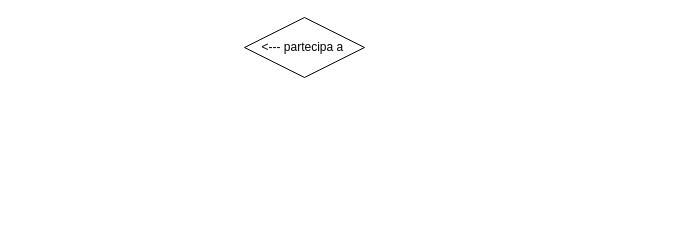
Above: src/assets/DB01.drawio in wbigger/book-cs-5y-2021 (draw.io), before the change. Source tidied: cells renumbered, new cells numbered last; positions are measured from the earlier drawing's top-left corner, leaving out a move shared by most shapes. Both pictures are drawn from the tidied source at 100%, with x=0, y=0 at pixel (244, 17).
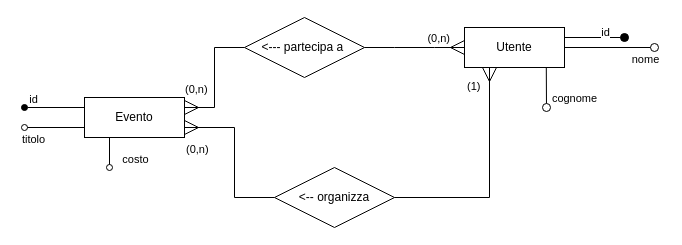
The same diagram, later.

Unchanged cells that the change refers to:
```xml
<mxCell id="2" value="&amp;lt;--- partecipa a&amp;nbsp;" style="shape=rhombus;perimeter=rhombusPerimeter;whiteSpace=wrap;html=1;align=center;" parent="1" vertex="1">
  <mxGeometry width="120" height="60" as="geometry" />
</mxCell>
```

What changed in the source:
```diff
@@
+    <mxCell id="3" value="Evento" style="whiteSpace=wrap;html=1;align=center;" parent="1" vertex="1">
+      <mxGeometry x="-160" y="80" width="100" height="40" as="geometry" />
+    </mxCell>
+    <mxCell id="4" value="Utente" style="whiteSpace=wrap;html=1;align=center;" parent="1" vertex="1">
+      <mxGeometry x="220" y="10" width="100" height="40" as="geometry" />
+    </mxCell>
@@
+    <mxCell id="5" style="edgeStyle=entityRelationEdgeStyle;fontSize=12;html=1;endArrow=ERmany;rounded=0;exitX=1;exitY=0.5;exitDx=0;exitDy=0;entryX=0;entryY=0.5;entryDx=0;entryDy=0;strokeWidth=1;endSize=12;" parent="1" edge="1" source="2" target="4">
+      <mxGeometry relative="1" as="geometry" />
+    </mxCell>
+    <mxCell id="6" value="(0,n)" style="edgeLabel;html=1;align=right;verticalAlign=bottom;" parent="5" vertex="1">
+      <mxGeometry x="0.71" y="1" relative="1" as="geometry" />
+    </mxCell>
+    <mxCell id="7" style="fontSize=12;html=1;endArrow=ERmany;rounded=0;exitX=0;exitY=0.5;exitDx=0;exitDy=0;endSize=12;edgeStyle=orthogonalEdgeStyle;" parent="1" edge="1" source="2">
+      <mxGeometry relative="1" as="geometry">
+        <mxPoint x="-60" y="90" as="targetPoint" />
+        <Array as="points">
+          <mxPoint x="-30" y="30" />
+          <mxPoint x="-30" y="90" />
+        </Array>
+      </mxGeometry>
+    </mxCell>
+    <mxCell id="8" value="(0,n)" style="edgeLabel;html=1;align=left;verticalAlign=bottom;" parent="7" vertex="1">
+      <mxGeometry x="0.75" y="1" relative="1" as="geometry">
+        <mxPoint x="-16" y="-11" as="offset" />
+      </mxGeometry>
+    </mxCell>
+    <mxCell id="9" style="endArrow=none;html=1;rounded=0;endSize=8;strokeWidth=1;entryX=0;entryY=0.25;entryDx=0;entryDy=0;startArrow=oval;startFill=1;" parent="1" edge="1" target="3">
+      <mxGeometry relative="1" as="geometry">
+        <mxPoint x="-220" y="90" as="sourcePoint" />
+      </mxGeometry>
+    </mxCell>
+    <mxCell id="10" value="id" style="edgeLabel;html=1;align=center;verticalAlign=bottom;" parent="9" vertex="1">
+      <mxGeometry x="-0.72" relative="1" as="geometry" />
+    </mxCell>
+    <mxCell id="11" style="endArrow=oval;html=1;rounded=0;endSize=8;strokeWidth=1;exitX=1;exitY=0.25;exitDx=0;exitDy=0;endFill=1;" parent="1" edge="1" source="4">
+      <mxGeometry relative="1" as="geometry">
+        <mxPoint x="380" y="20" as="targetPoint" />
+      </mxGeometry>
+    </mxCell>
+    <mxCell id="12" value="id" style="edgeLabel;html=1;align=center;verticalAlign=bottom;" parent="11" vertex="1">
+      <mxGeometry x="0.33" y="-3" relative="1" as="geometry" />
+    </mxCell>
+    <mxCell id="13" style="endArrow=none;html=1;rounded=0;endSize=8;strokeWidth=1;entryX=0;entryY=0.75;entryDx=0;entryDy=0;startArrow=oval;startFill=0;" parent="1" edge="1" target="3">
+      <mxGeometry relative="1" as="geometry">
+        <mxPoint x="-220" y="110" as="sourcePoint" />
+      </mxGeometry>
+    </mxCell>
+    <mxCell id="14" value="titolo" style="edgeLabel;html=1;align=center;verticalAlign=bottom;" parent="13" vertex="1">
+      <mxGeometry x="-0.72" relative="1" as="geometry">
+        <mxPoint y="20" as="offset" />
+      </mxGeometry>
+    </mxCell>
+    <mxCell id="15" style="endArrow=none;html=1;rounded=0;endSize=8;strokeWidth=1;entryX=0.25;entryY=1;entryDx=0;entryDy=0;startArrow=oval;startFill=0;" parent="1" edge="1" target="3">
+      <mxGeometry relative="1" as="geometry">
+        <mxPoint x="-135" y="150" as="sourcePoint" />
+      </mxGeometry>
+    </mxCell>
+    <mxCell id="16" value="costo" style="edgeLabel;html=1;align=center;verticalAlign=bottom;" parent="15" vertex="1">
+      <mxGeometry x="-0.72" relative="1" as="geometry">
+        <mxPoint x="25" y="4" as="offset" />
+      </mxGeometry>
+    </mxCell>
+    <mxCell id="17" style="endArrow=oval;html=1;rounded=0;endSize=8;strokeWidth=1;exitX=1;exitY=0.5;exitDx=0;exitDy=0;endFill=0;" parent="1" edge="1" source="4">
+      <mxGeometry relative="1" as="geometry">
+        <mxPoint x="410" y="30" as="targetPoint" />
+      </mxGeometry>
+    </mxCell>
+    <mxCell id="18" value="nome" style="edgeLabel;html=1;align=center;verticalAlign=bottom;" parent="17" vertex="1">
+      <mxGeometry x="0.33" y="-3" relative="1" as="geometry">
+        <mxPoint x="20" y="17" as="offset" />
+      </mxGeometry>
+    </mxCell>
+    <mxCell id="19" style="endArrow=oval;html=1;rounded=0;endSize=8;strokeWidth=1;exitX=0.818;exitY=1.009;exitDx=0;exitDy=0;endFill=0;exitPerimeter=0;" parent="1" edge="1" source="4">
+      <mxGeometry relative="1" as="geometry">
+        <mxPoint x="302" y="90" as="targetPoint" />
+      </mxGeometry>
+    </mxCell>
+    <mxCell id="20" value="cognome" style="edgeLabel;html=1;align=center;verticalAlign=bottom;" parent="19" vertex="1">
+      <mxGeometry x="0.33" y="-3" relative="1" as="geometry">
+        <mxPoint x="31" y="13" as="offset" />
+      </mxGeometry>
+    </mxCell>
+    <mxCell id="21" value="&amp;lt;-- organizza" style="shape=rhombus;perimeter=rhombusPerimeter;whiteSpace=wrap;html=1;align=center;" parent="1" vertex="1">
+      <mxGeometry x="30" y="150" width="120" height="60" as="geometry" />
+    </mxCell>
+    <mxCell id="22" style="fontSize=12;html=1;endArrow=ERmany;rounded=0;exitX=0;exitY=0.5;exitDx=0;exitDy=0;endSize=12;edgeStyle=orthogonalEdgeStyle;" parent="1" edge="1" source="21">
+      <mxGeometry relative="1" as="geometry">
+        <mxPoint x="-60" y="110" as="targetPoint" />
+        <Array as="points">
+          <mxPoint x="-10" y="180" />
+          <mxPoint x="-10" y="110" />
+        </Array>
+      </mxGeometry>
+    </mxCell>
+    <mxCell id="23" value="(0,n)" style="edgeLabel;html=1;align=left;verticalAlign=bottom;" parent="22" vertex="1">
+      <mxGeometry x="0.75" y="1" relative="1" as="geometry">
+        <mxPoint x="-20" y="29" as="offset" />
+      </mxGeometry>
+    </mxCell>
+    <mxCell id="24" style="fontSize=12;html=1;endArrow=ERmany;rounded=0;exitX=1;exitY=0.5;exitDx=0;exitDy=0;endSize=12;entryX=0.25;entryY=1;entryDx=0;entryDy=0;edgeStyle=orthogonalEdgeStyle;" parent="1" edge="1" source="21" target="4">
+      <mxGeometry relative="1" as="geometry" />
+    </mxCell>
+    <mxCell id="25" value="(1)" style="edgeLabel;html=1;align=left;verticalAlign=bottom;" parent="24" vertex="1">
+      <mxGeometry x="0.75" y="1" relative="1" as="geometry">
+        <mxPoint x="-23" y="-1" as="offset" />
+      </mxGeometry>
+    </mxCell>
```
